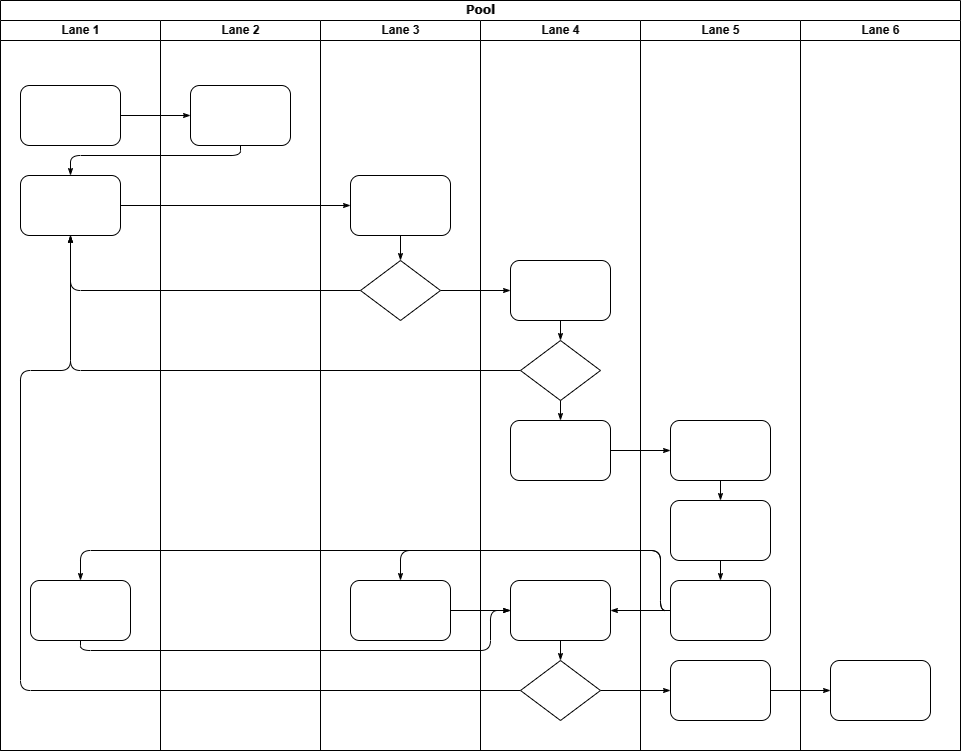
Above: AHB_QSPI.drawio.png in donald1101/AHB_QSPI (draw.io), before the change. Source tidied: cells renumbered, new cells last; positions are measured from the earlier drawing's top-left corner, leaving out a move shared by most shapes.
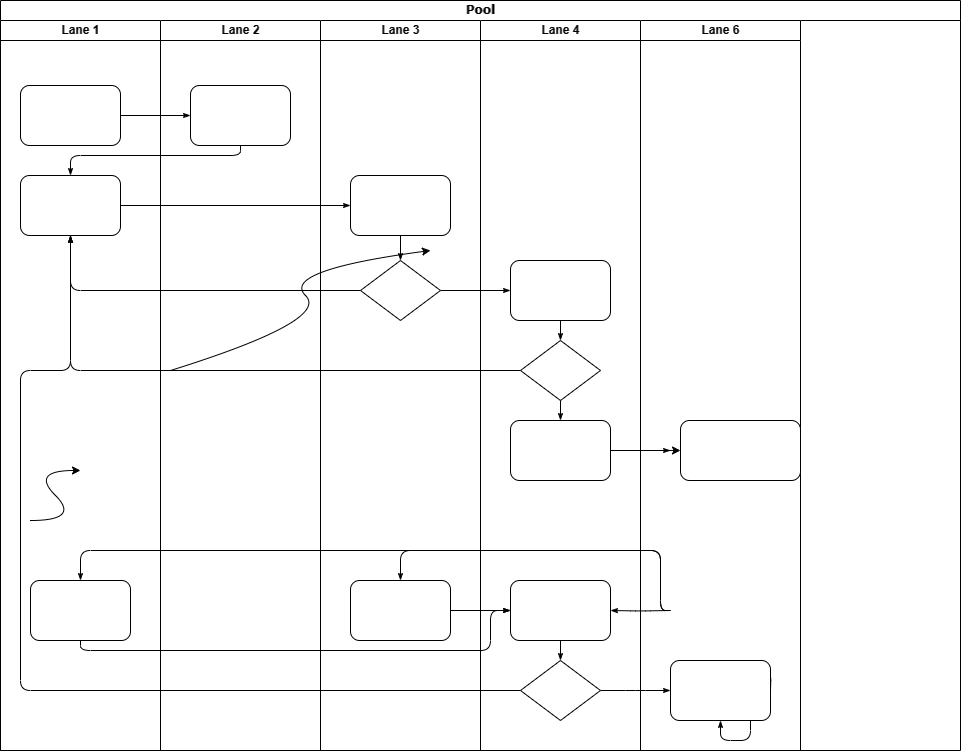
After the change.

Change to the diagram source:
```diff
@@ -17,6 +17,16 @@
     <mxCell id="6" style="rounded=1;whiteSpace=wrap;html=1;shadow=0;labelBackgroundColor=none;strokeWidth=1;fontFamily=Verdana;fontSize=8;align=center;" parent="3" vertex="1">
       <mxGeometry x="30" y="560" width="100" height="60" as="geometry" />
     </mxCell>
+    <mxCell id="47" style="curved=1;endArrow=classic;html=1;rounded=0;" parent="3" edge="1">
+      <mxGeometry relative="1" as="geometry">
+        <mxPoint x="30" y="500" as="sourcePoint" />
+        <mxPoint x="80" y="450" as="targetPoint" />
+        <Array as="points">
+          <mxPoint x="80" y="500" />
+          <mxPoint x="30" y="450" />
+        </Array>
+      </mxGeometry>
+    </mxCell>
     <mxCell id="7" style="edgeStyle=orthogonalEdgeStyle;rounded=1;html=1;labelBackgroundColor=none;startArrow=none;startFill=0;startSize=5;endArrow=classicThin;endFill=1;endSize=5;jettySize=auto;strokeWidth=1;fontFamily=Verdana;fontSize=8;" parent="2" edge="1" source="4" target="23">
       <mxGeometry relative="1" as="geometry" />
     </mxCell>
@@ -49,17 +59,24 @@
     <mxCell id="13" style="edgeStyle=orthogonalEdgeStyle;rounded=1;html=1;labelBackgroundColor=none;startArrow=none;startFill=0;startSize=5;endArrow=classicThin;endFill=1;endSize=5;jettySize=auto;strokeWidth=1;fontFamily=Verdana;fontSize=8;" parent="2" edge="1" source="26" target="30">
       <mxGeometry relative="1" as="geometry" />
     </mxCell>
-    <mxCell id="14" style="edgeStyle=orthogonalEdgeStyle;rounded=1;html=1;labelBackgroundColor=none;startArrow=none;startFill=0;startSize=5;endArrow=classicThin;endFill=1;endSize=5;jettySize=auto;strokeWidth=1;fontFamily=Verdana;fontSize=8;" parent="2" edge="1" source="34" target="42">
-      <mxGeometry relative="1" as="geometry" />
+    <mxCell id="14" style="edgeStyle=orthogonalEdgeStyle;rounded=1;html=1;labelBackgroundColor=none;startArrow=none;startFill=0;startSize=5;endArrow=classicThin;endFill=1;endSize=5;jettySize=auto;strokeWidth=1;fontFamily=Verdana;fontSize=8;" parent="2" edge="1" source="34">
+      <mxGeometry relative="1" as="geometry">
+        <mxPoint x="670" y="690" as="targetPoint" />
+      </mxGeometry>
     </mxCell>
-    <mxCell id="15" style="edgeStyle=orthogonalEdgeStyle;rounded=1;html=1;labelBackgroundColor=none;startArrow=none;startFill=0;startSize=5;endArrow=classicThin;endFill=1;endSize=5;jettySize=auto;strokeWidth=1;fontFamily=Verdana;fontSize=8;" parent="2" edge="1" source="42" target="46">
-      <mxGeometry relative="1" as="geometry" />
+    <mxCell id="15" style="edgeStyle=orthogonalEdgeStyle;rounded=1;html=1;labelBackgroundColor=none;startArrow=none;startFill=0;startSize=5;endArrow=classicThin;endFill=1;endSize=5;jettySize=auto;strokeWidth=1;fontFamily=Verdana;fontSize=8;" parent="2" edge="1" target="46">
+      <mxGeometry relative="1" as="geometry">
+        <mxPoint x="770" y="690" as="sourcePoint" />
+      </mxGeometry>
     </mxCell>
-    <mxCell id="16" style="edgeStyle=orthogonalEdgeStyle;rounded=1;html=1;labelBackgroundColor=none;startArrow=none;startFill=0;startSize=5;endArrow=classicThin;endFill=1;endSize=5;jettySize=auto;strokeWidth=1;fontFamily=Verdana;fontSize=8;" parent="2" edge="1" source="32" target="39">
-      <mxGeometry relative="1" as="geometry" />
+    <mxCell id="16" style="edgeStyle=orthogonalEdgeStyle;rounded=1;html=1;labelBackgroundColor=none;startArrow=none;startFill=0;startSize=5;endArrow=classicThin;endFill=1;endSize=5;jettySize=auto;strokeWidth=1;fontFamily=Verdana;fontSize=8;" parent="2" edge="1" source="32">
+      <mxGeometry relative="1" as="geometry">
+        <mxPoint x="670" y="450" as="targetPoint" />
+      </mxGeometry>
     </mxCell>
-    <mxCell id="17" style="edgeStyle=orthogonalEdgeStyle;rounded=1;html=1;labelBackgroundColor=none;startArrow=none;startFill=0;startSize=5;endArrow=classicThin;endFill=1;endSize=5;jettySize=auto;strokeWidth=1;fontFamily=Verdana;fontSize=8;" parent="2" edge="1" source="41" target="27">
+    <mxCell id="17" style="edgeStyle=orthogonalEdgeStyle;rounded=1;html=1;labelBackgroundColor=none;startArrow=none;startFill=0;startSize=5;endArrow=classicThin;endFill=1;endSize=5;jettySize=auto;strokeWidth=1;fontFamily=Verdana;fontSize=8;" parent="2" edge="1" target="27">
       <mxGeometry relative="1" as="geometry">
+        <mxPoint x="670" y="610" as="sourcePoint" />
         <Array as="points">
           <mxPoint x="660" y="610" />
           <mxPoint x="660" y="550" />
@@ -67,11 +84,14 @@
         </Array>
       </mxGeometry>
     </mxCell>
-    <mxCell id="18" style="edgeStyle=orthogonalEdgeStyle;rounded=1;html=1;labelBackgroundColor=none;startArrow=none;startFill=0;startSize=5;endArrow=classicThin;endFill=1;endSize=5;jettySize=auto;strokeColor=#000000;strokeWidth=1;fontFamily=Verdana;fontSize=8;fontColor=#000000;" parent="2" edge="1" source="41" target="33">
-      <mxGeometry relative="1" as="geometry" />
+    <mxCell id="18" style="edgeStyle=orthogonalEdgeStyle;rounded=1;html=1;labelBackgroundColor=none;startArrow=none;startFill=0;startSize=5;endArrow=classicThin;endFill=1;endSize=5;jettySize=auto;strokeColor=#000000;strokeWidth=1;fontFamily=Verdana;fontSize=8;fontColor=#000000;" parent="2" edge="1" target="33">
+      <mxGeometry relative="1" as="geometry">
+        <mxPoint x="670" y="610" as="sourcePoint" />
+      </mxGeometry>
     </mxCell>
-    <mxCell id="19" style="edgeStyle=orthogonalEdgeStyle;rounded=1;html=1;labelBackgroundColor=none;startArrow=none;startFill=0;startSize=5;endArrow=classicThin;endFill=1;endSize=5;jettySize=auto;strokeWidth=1;fontFamily=Verdana;fontSize=8;" parent="2" edge="1" source="41" target="6">
+    <mxCell id="19" style="edgeStyle=orthogonalEdgeStyle;rounded=1;html=1;labelBackgroundColor=none;startArrow=none;startFill=0;startSize=5;endArrow=classicThin;endFill=1;endSize=5;jettySize=auto;strokeWidth=1;fontFamily=Verdana;fontSize=8;" parent="2" edge="1" target="6">
       <mxGeometry relative="1" as="geometry">
+        <mxPoint x="670" y="610" as="sourcePoint" />
         <Array as="points">
           <mxPoint x="660" y="610" />
           <mxPoint x="660" y="550" />
@@ -97,6 +117,16 @@
     <mxCell id="23" style="rounded=1;whiteSpace=wrap;html=1;shadow=0;labelBackgroundColor=none;strokeWidth=1;fontFamily=Verdana;fontSize=8;align=center;" parent="22" vertex="1">
       <mxGeometry x="30" y="65" width="100" height="60" as="geometry" />
     </mxCell>
+    <mxCell id="48" style="curved=1;endArrow=classic;html=1;rounded=0;" parent="22" edge="1">
+      <mxGeometry relative="1" as="geometry">
+        <mxPoint x="10" y="350" as="sourcePoint" />
+        <mxPoint x="270" y="230" as="targetPoint" />
+        <Array as="points">
+          <mxPoint x="170" y="300" />
+          <mxPoint x="120" y="250" />
+        </Array>
+      </mxGeometry>
+    </mxCell>
     <mxCell id="24" value="Lane 3" style="swimlane;html=1;startSize=20;" parent="2" vertex="1">
       <mxGeometry x="320" y="20" width="160" height="730" as="geometry" />
     </mxCell>
@@ -139,32 +169,17 @@
     <mxCell id="37" style="edgeStyle=orthogonalEdgeStyle;rounded=1;html=1;labelBackgroundColor=none;startArrow=none;startFill=0;startSize=5;endArrow=classicThin;endFill=1;endSize=5;jettySize=auto;strokeWidth=1;fontFamily=Verdana;fontSize=8;" parent="29" edge="1" source="33" target="34">
       <mxGeometry relative="1" as="geometry" />
     </mxCell>
-    <mxCell id="38" value="Lane 5" style="swimlane;html=1;startSize=20;" parent="2" vertex="1">
-      <mxGeometry x="640" y="20" width="160" height="730" as="geometry" />
-    </mxCell>
-    <mxCell id="39" style="rounded=1;whiteSpace=wrap;html=1;shadow=0;labelBackgroundColor=none;strokeWidth=1;fontFamily=Verdana;fontSize=8;align=center;" parent="38" vertex="1">
-      <mxGeometry x="30" y="400" width="100" height="60" as="geometry" />
-    </mxCell>
-    <mxCell id="40" style="rounded=1;whiteSpace=wrap;html=1;shadow=0;labelBackgroundColor=none;strokeWidth=1;fontFamily=Verdana;fontSize=8;align=center;" parent="38" vertex="1">
-      <mxGeometry x="30" y="480" width="100" height="60" as="geometry" />
-    </mxCell>
-    <mxCell id="41" style="rounded=1;whiteSpace=wrap;html=1;shadow=0;labelBackgroundColor=none;strokeWidth=1;fontFamily=Verdana;fontSize=8;align=center;" parent="38" vertex="1">
-      <mxGeometry x="30" y="560" width="100" height="60" as="geometry" />
-    </mxCell>
-    <mxCell id="42" style="rounded=1;whiteSpace=wrap;html=1;shadow=0;labelBackgroundColor=none;strokeWidth=1;fontFamily=Verdana;fontSize=8;align=center;" parent="38" vertex="1">
-      <mxGeometry x="30" y="640" width="100" height="60" as="geometry" />
-    </mxCell>
-    <mxCell id="43" style="edgeStyle=orthogonalEdgeStyle;rounded=1;html=1;labelBackgroundColor=none;startArrow=none;startFill=0;startSize=5;endArrow=classicThin;endFill=1;endSize=5;jettySize=auto;strokeWidth=1;fontFamily=Verdana;fontSize=8;" parent="38" edge="1" source="39" target="40">
-      <mxGeometry relative="1" as="geometry" />
-    </mxCell>
-    <mxCell id="44" style="edgeStyle=orthogonalEdgeStyle;rounded=1;html=1;labelBackgroundColor=none;startArrow=none;startFill=0;startSize=5;endArrow=classicThin;endFill=1;endSize=5;jettySize=auto;strokeWidth=1;fontFamily=Verdana;fontSize=8;" parent="38" edge="1" source="40" target="41">
-      <mxGeometry relative="1" as="geometry" />
-    </mxCell>
     <mxCell id="45" value="Lane 6" style="swimlane;html=1;startSize=20;" parent="2" vertex="1">
-      <mxGeometry x="800" y="20" width="160" height="730" as="geometry" />
+      <mxGeometry x="640" y="20" width="160" height="730" as="geometry" />
     </mxCell>
     <mxCell id="46" style="rounded=1;whiteSpace=wrap;html=1;shadow=0;labelBackgroundColor=none;strokeWidth=1;fontFamily=Verdana;fontSize=8;align=center;" parent="45" vertex="1">
       <mxGeometry x="30" y="640" width="100" height="60" as="geometry" />
     </mxCell>
+    <mxCell id="49" style="rounded=1;whiteSpace=wrap;html=1;fontSize=8;fontFamily=Verdana;shadow=0;labelBackgroundColor=none;strokeWidth=1;" parent="45" vertex="1">
+      <mxGeometry x="40" y="400" width="120" height="60" as="geometry" />
+    </mxCell>
+    <mxCell id="50" style="edgeStyle=orthogonalEdgeStyle;rounded=0;jettySize=auto;html=1;" parent="2" edge="1" source="32" target="49">
+      <mxGeometry relative="1" as="geometry" />
+    </mxCell>
   </root>
 </mxGraphModel>
```
